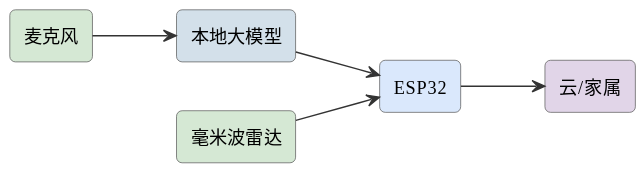
The PlantUML diagram assets/diagrams/ideas-fig50.svg in mingyi0818/IntelligentMcuCourse, before a commit.
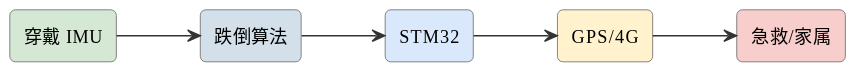
After the commit.

Diff of the diagram source:
```diff
@@ -6,13 +6,13 @@
 skinparam arrowFontSize 11
 skinparam arrowColor #333
 left to right direction
-rectangle "麦克风" as mic #d5e8d4
-rectangle "本地大模型" as ai #d3e0ea
-rectangle "毫米波雷达" as radar #d5e8d4
-rectangle "ESP32" as esp #dae8fc
-rectangle "云/家属" as cloud #e1d5e8
-mic --> ai
-ai --> esp
-radar --> esp
-esp --> cloud
+rectangle "穿戴 IMU" as imu #d5e8d4
+rectangle "跌倒算法" as ai #d3e0ea
+rectangle "STM32" as stm #dae8fc
+rectangle "GPS/4G" as gps #fff2cc
+rectangle "急救/家属" as app #f8cecc
+imu --> ai
+ai --> stm
+stm --> gps
+gps --> app
 @enduml
```
